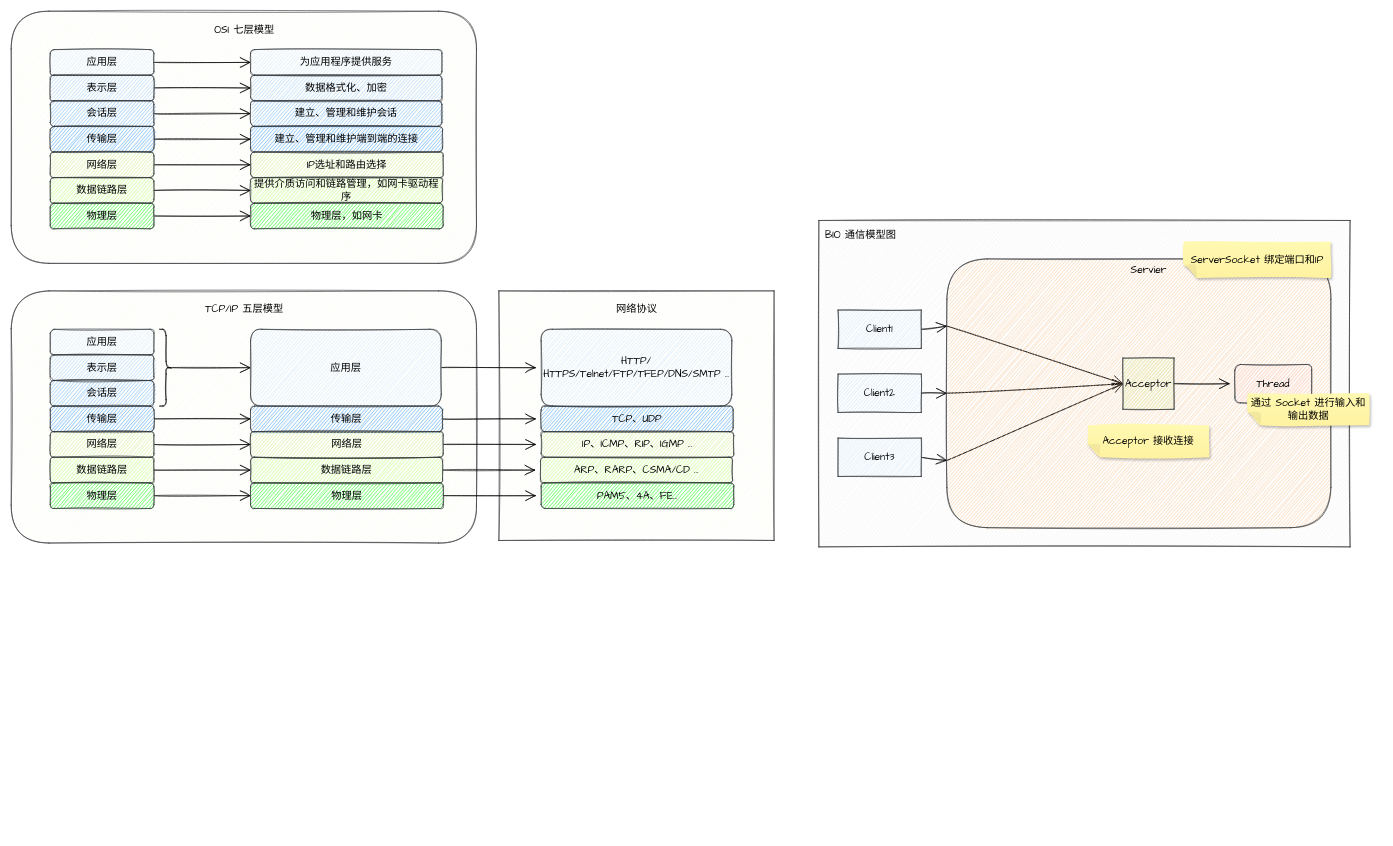
Above: learn/TCP/IP 网络通信.drawio in Leo-Lee-j/sketch (draw.io), before the change. Source tidied: cells renumbered, new cells numbered last; positions are measured from the earlier drawing's top-left corner, leaving out a move shared by most shapes. Both pictures are drawn from the tidied source at 64%, with x=0, y=0 at pixel (11, 11).
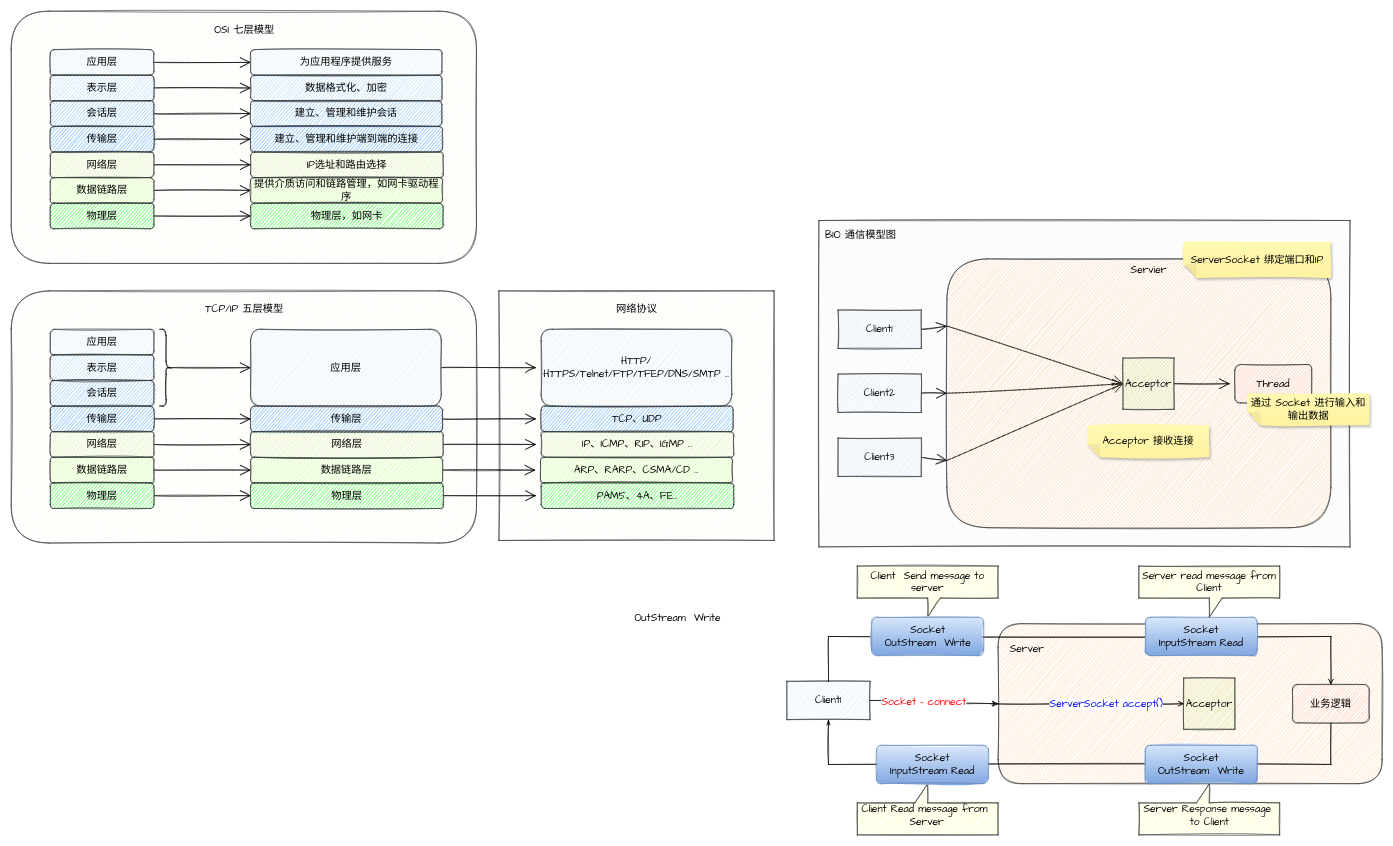
Above is the later version.

Diff of the diagram source:
```diff
@@
+    <mxCell id="76" style="edgeStyle=orthogonalEdgeStyle;rounded=0;jettySize=auto;html=1;exitX=1;exitY=0.5;exitDx=0;exitDy=0;fontFamily=Comic Sans MS;sketch=1;" parent="1" edge="1" source="78" target="79">
+      <mxGeometry relative="1" as="geometry" />
+    </mxCell>
+    <mxCell id="77" value="Socket - connect" style="edgeLabel;html=1;align=center;verticalAlign=middle;fontSize=16;fontFamily=Comic Sans MS;sketch=1;fontColor=#FF0000;" parent="76" vertex="1">
+      <mxGeometry x="-0.2" y="-2" relative="1" as="geometry">
+        <mxPoint x="1" as="offset" />
+      </mxGeometry>
+    </mxCell>
+    <mxCell id="78" value="Client1" style="rounded=0;whiteSpace=wrap;hachureGap=4;sketch=1;fontSize=16;fillColor=#cce5ff;strokeColor=#36393d;html=1;horizontal=1;fontStyle=0;fontFamily=Comic Sans MS;" parent="1" vertex="1">
+      <mxGeometry x="1212" y="1047" width="130" height="60" as="geometry" />
+    </mxCell>
+    <mxCell id="79" style="rounded=1;whiteSpace=wrap;sketch=1;hachureGap=4;fontFamily=Comic Sans MS;fontSize=16;fillColor=#ffcc99;strokeColor=#36393d;html=1;horizontal=1;fontStyle=0;" parent="1" vertex="1">
+      <mxGeometry x="1542" y="957" width="600" height="250" as="geometry" />
+    </mxCell>
+    <mxCell id="80" style="edgeStyle=orthogonalEdgeStyle;rounded=0;jettySize=auto;html=1;exitX=0;exitY=0.5;exitDx=0;exitDy=0;fontFamily=Comic Sans MS;fontSize=16;startArrow=open;startFill=0;endArrow=none;endFill=0;sketch=1;" parent="1" edge="1" source="82">
+      <mxGeometry relative="1" as="geometry">
+        <mxPoint x="1532" y="1082.2" as="targetPoint" />
+      </mxGeometry>
+    </mxCell>
+    <mxCell id="81" value="ServerSocket accept()" style="edgeLabel;html=1;align=center;verticalAlign=middle;fontSize=16;fontFamily=Comic Sans MS;sketch=1;fontColor=#0000FF;" parent="80" vertex="1">
+      <mxGeometry x="-0.19" relative="1" as="geometry" />
+    </mxCell>
+    <mxCell id="82" value="Acceptor" style="whiteSpace=wrap;sketch=1;hachureGap=4;fontFamily=Comic Sans MS;fontSize=16;fillColor=#cdeb8b;strokeColor=#36393d;html=1;horizontal=1;fontStyle=0;" parent="1" vertex="1">
+      <mxGeometry x="1832" y="1042" width="80" height="80" as="geometry" />
+    </mxCell>
+    <mxCell id="83" style="edgeStyle=orthogonalEdgeStyle;rounded=0;jettySize=auto;html=1;exitX=0.5;exitY=0;exitDx=0;exitDy=0;entryX=0.5;entryY=0;entryDx=0;entryDy=0;fontFamily=Comic Sans MS;fontSize=16;startArrow=open;startFill=0;endArrow=none;endFill=0;sketch=1;" parent="1" edge="1" source="86" target="78">
+      <mxGeometry relative="1" as="geometry">
+        <Array as="points">
+          <mxPoint x="2062" y="977" />
+          <mxPoint x="1277" y="977" />
+        </Array>
+      </mxGeometry>
+    </mxCell>
+    <mxCell id="84" value="OutStream&amp;nbsp; Write" style="edgeLabel;html=1;align=center;verticalAlign=middle;fontSize=16;fontFamily=Comic Sans MS;sketch=1;" parent="83" vertex="1">
+      <mxGeometry x="0.61" y="-4" relative="1" as="geometry">
+        <mxPoint x="-348" y="-26" as="offset" />
+      </mxGeometry>
+    </mxCell>
+    <mxCell id="85" style="edgeStyle=orthogonalEdgeStyle;rounded=0;jettySize=auto;html=1;exitX=0.5;exitY=1;exitDx=0;exitDy=0;entryX=0.5;entryY=1;entryDx=0;entryDy=0;fontFamily=Comic Sans MS;fontSize=16;startArrow=none;startFill=0;endArrow=openThin;endFill=0;sketch=1;" parent="1" edge="1" source="86" target="78">
+      <mxGeometry relative="1" as="geometry">
+        <Array as="points">
+          <mxPoint x="2062" y="1177" />
+          <mxPoint x="1277" y="1177" />
+        </Array>
+      </mxGeometry>
+    </mxCell>
+    <mxCell id="86" value="业务逻辑" style="rounded=1;whiteSpace=wrap;sketch=1;hachureGap=4;fontFamily=Comic Sans MS;fontSize=16;fillColor=#ffcccc;strokeColor=#36393d;html=1;horizontal=1;fontStyle=0;" parent="1" vertex="1">
+      <mxGeometry x="2002" y="1052" width="120" height="60" as="geometry" />
+    </mxCell>
+    <mxCell id="87" value="Server" style="text;html=1;align=center;verticalAlign=middle;strokeColor=none;fillColor=none;fontSize=16;fontFamily=Comic Sans MS;sketch=1;" parent="1" vertex="1">
+      <mxGeometry x="1552" y="987" width="70" height="20" as="geometry" />
+    </mxCell>
+    <mxCell id="88" value="Server read message from Client" style="shape=callout;whiteSpace=wrap;html=1;perimeter=calloutPerimeter;fontFamily=Comic Sans MS;fontSize=16;sketch=1;fillColor=#ffff88;strokeColor=#36393d;" parent="1" vertex="1">
+      <mxGeometry x="1762" y="867" width="220" height="80" as="geometry" />
+    </mxCell>
+    <mxCell id="89" style="shape=callout;whiteSpace=wrap;html=1;perimeter=calloutPerimeter;fontFamily=Comic Sans MS;fontSize=16;sketch=1;position2=0.5;rotation=-180;fillColor=#ffff88;strokeColor=#36393d;" parent="1" vertex="1">
+      <mxGeometry x="1762" y="1207" width="220" height="80" as="geometry" />
+    </mxCell>
+    <mxCell id="90" value="Server Response message&amp;nbsp;&lt;br&gt;to Client" style="text;html=1;align=center;verticalAlign=middle;strokeColor=none;fillColor=none;fontSize=16;fontFamily=Comic Sans MS;" parent="1" vertex="1">
+      <mxGeometry x="1767" y="1237" width="210" height="40" as="geometry" />
+    </mxCell>
+    <mxCell id="91" value="Client&amp;nbsp; Send message to server" style="shape=callout;whiteSpace=wrap;html=1;perimeter=calloutPerimeter;fontFamily=Comic Sans MS;fontSize=16;sketch=1;fillColor=#ffff88;strokeColor=#36393d;" parent="1" vertex="1">
+      <mxGeometry x="1322" y="867" width="220" height="80" as="geometry" />
+    </mxCell>
+    <mxCell id="92" style="shape=callout;whiteSpace=wrap;html=1;perimeter=calloutPerimeter;fontFamily=Comic Sans MS;fontSize=16;sketch=1;position2=0.5;rotation=-180;fillColor=#ffff88;strokeColor=#36393d;" parent="1" vertex="1">
+      <mxGeometry x="1322" y="1207" width="220" height="80" as="geometry" />
+    </mxCell>
+    <mxCell id="93" value="Client Read message from&lt;br&gt;&amp;nbsp;Server" style="text;html=1;align=center;verticalAlign=middle;strokeColor=none;fillColor=none;fontSize=16;fontFamily=Comic Sans MS;" parent="1" vertex="1">
+      <mxGeometry x="1322" y="1237" width="210" height="40" as="geometry" />
+    </mxCell>
+    <mxCell id="94" value="Socket&lt;br&gt;&lt;span style=&quot;color: rgb(0, 0, 0);&quot;&gt;OutStream&amp;nbsp; Write&lt;/span&gt;" style="rounded=1;whiteSpace=wrap;html=1;sketch=1;fontFamily=Comic Sans MS;fontSize=16;fillColor=#dae8fc;strokeColor=#6c8ebf;gradientColor=#7ea6e0;" parent="1" vertex="1">
+      <mxGeometry x="1344.5" y="947" width="175" height="60" as="geometry" />
+    </mxCell>
+    <mxCell id="95" value="Socket&lt;br&gt;&lt;span style=&quot;color: rgb(0, 0, 0);&quot;&gt;InputStream Read&lt;/span&gt;" style="rounded=1;whiteSpace=wrap;html=1;sketch=1;fontFamily=Comic Sans MS;fontSize=16;fillColor=#dae8fc;gradientColor=#7ea6e0;strokeColor=#6c8ebf;" parent="1" vertex="1">
+      <mxGeometry x="1352" y="1147" width="175" height="60" as="geometry" />
+    </mxCell>
+    <mxCell id="96" value="Socket&lt;br&gt;&lt;span style=&quot;color: rgb(0, 0, 0);&quot;&gt;InputStream Read&lt;/span&gt;" style="rounded=1;whiteSpace=wrap;html=1;sketch=1;fontFamily=Comic Sans MS;fontSize=16;fillColor=#dae8fc;gradientColor=#7ea6e0;strokeColor=#6c8ebf;" parent="1" vertex="1">
+      <mxGeometry x="1772" y="947" width="175" height="60" as="geometry" />
+    </mxCell>
+    <mxCell id="97" value="Socket&lt;br&gt;&lt;span style=&quot;color: rgb(0, 0, 0);&quot;&gt;OutStream&amp;nbsp; Write&lt;/span&gt;" style="rounded=1;whiteSpace=wrap;html=1;sketch=1;fontFamily=Comic Sans MS;fontSize=16;fillColor=#dae8fc;strokeColor=#6c8ebf;gradientColor=#7ea6e0;" parent="1" vertex="1">
+      <mxGeometry x="1772" y="1147" width="175" height="60" as="geometry" />
+    </mxCell>
```
